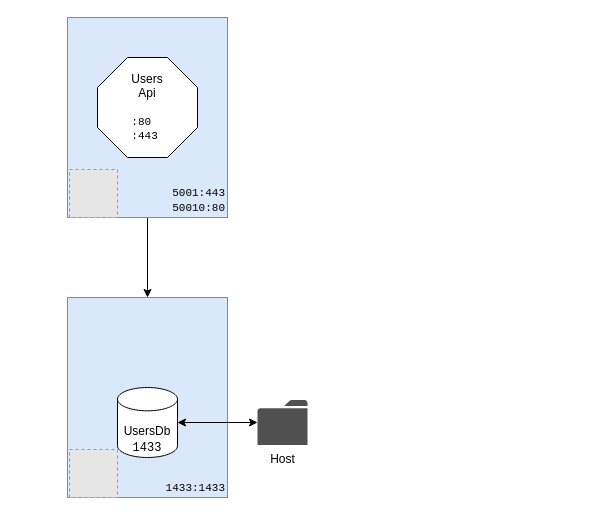
Above: assets/readme/services.drawio in Thijs5/dotnet-microservices (draw.io), before the change. Source tidied: cells renumbered, new cells numbered last; positions are measured from the earlier drawing's top-left corner, leaving out a move shared by most shapes. Both pictures are drawn from the tidied source at 100%, with x=0, y=0 at pixel (67, 17). Pictures stored in the file or linked from it are replaced by grey dashed boxes.
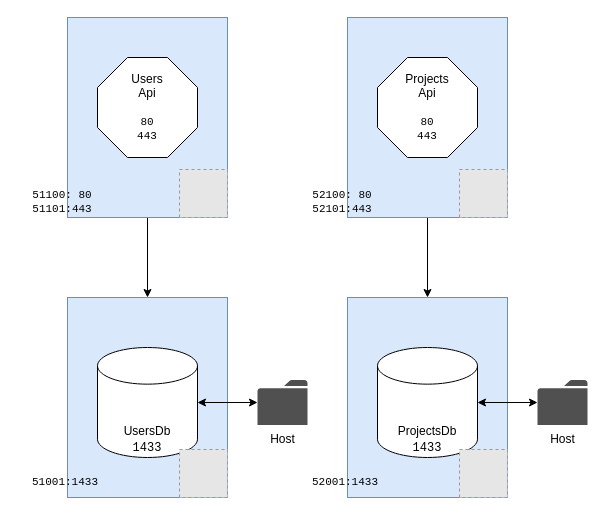
Above is the later version.

Change to the diagram source:
```diff
@@
-    <mxCell id="2" value="&lt;div&gt;&lt;font style=&quot;font-size: 11px&quot; face=&quot;Courier New&quot;&gt;1433:1433&lt;/font&gt;&lt;br&gt;&lt;/div&gt;" style="rounded=0;whiteSpace=wrap;html=1;strokeWidth=1;verticalAlign=bottom;fillColor=#dae8fc;strokeColor=#6c8ebf;align=right;" parent="1" vertex="1">
+    <mxCell id="2" style="rounded=0;whiteSpace=wrap;html=1;strokeWidth=1;verticalAlign=bottom;fillColor=#dae8fc;strokeColor=#6c8ebf;align=right;" parent="1" vertex="1">
       <mxGeometry y="280" width="160" height="200" as="geometry" />
     </mxCell>
@@
-    <mxCell id="4" value="&lt;div&gt;&lt;font style=&quot;font-size: 11px&quot; face=&quot;Courier New&quot;&gt;5001:443&lt;/font&gt;&lt;br&gt;&lt;font style=&quot;font-size: 11px&quot; face=&quot;Courier New&quot;&gt;50010:80&lt;/font&gt;&lt;br&gt;&lt;/div&gt;" style="rounded=0;whiteSpace=wrap;html=1;strokeWidth=1;verticalAlign=bottom;fillColor=#dae8fc;strokeColor=#6c8ebf;align=right;" parent="1" vertex="1">
+    <mxCell id="4" style="rounded=0;whiteSpace=wrap;html=1;strokeWidth=1;verticalAlign=bottom;fillColor=#dae8fc;strokeColor=#6c8ebf;align=right;" parent="1" vertex="1">
       <mxGeometry width="160" height="200" as="geometry" />
     </mxCell>
-    <mxCell id="5" value="Users&lt;br&gt;Api&lt;br&gt;&lt;br&gt;&lt;div style=&quot;font-size: 11px&quot; align=&quot;left&quot;&gt;&lt;font style=&quot;font-size: 11px&quot; face=&quot;Courier New&quot;&gt;:80&lt;/font&gt;&lt;br&gt;&lt;font style=&quot;font-size: 11px&quot; face=&quot;Courier New&quot;&gt;:443&lt;/font&gt;&lt;/div&gt;" style="whiteSpace=wrap;html=1;shape=mxgraph.basic.octagon2;align=center;verticalAlign=middle;dx=15;" parent="1" vertex="1">
+    <mxCell id="5" value="Users&lt;br&gt;Api&lt;br&gt;&lt;br&gt;&lt;div style=&quot;font-size: 11px&quot;&gt;&lt;div align=&quot;center&quot;&gt;&lt;font style=&quot;font-size: 11px&quot; face=&quot;Courier New&quot;&gt;80&lt;/font&gt;&lt;br&gt;&lt;/div&gt;&lt;div align=&quot;center&quot;&gt;&lt;font style=&quot;font-size: 11px&quot; face=&quot;Courier New&quot;&gt;443&lt;/font&gt;&lt;/div&gt;&lt;/div&gt;" style="whiteSpace=wrap;html=1;shape=mxgraph.basic.octagon2;align=center;verticalAlign=middle;dx=15;" parent="1" vertex="1">
       <mxGeometry x="30" y="40" width="100" height="100" as="geometry" />
     </mxCell>
@@
     <mxCell id="7" value="&lt;font style=&quot;font-size: 12px&quot; face=&quot;Courier New&quot;&gt;&lt;font style=&quot;font-size: 12px&quot; face=&quot;Helvetica&quot;&gt;UsersDb&lt;/font&gt;&lt;br&gt;1433&lt;/font&gt;" style="strokeWidth=1;html=1;shape=mxgraph.flowchart.database;whiteSpace=wrap;verticalAlign=bottom;" parent="1" vertex="1">
-      <mxGeometry x="50" y="370" width="60" height="70" as="geometry" />
+      <mxGeometry x="30" y="330" width="100" height="110" as="geometry" />
     </mxCell>
     <mxCell id="8" style="fillColor=#E6E6E6;strokeColor=#999999;dashed=1;html=1;verticalAlign=top;verticalLabelPosition=bottom;labelBackgroundColor=#ffffff;" parent="1" vertex="1">
-      <mxGeometry x="2" y="152" width="48" height="48" as="geometry" />
+      <mxGeometry x="112" y="152" width="48" height="48" as="geometry" />
     </mxCell>
     <mxCell id="9" style="fillColor=#E6E6E6;strokeColor=#999999;dashed=1;html=1;verticalAlign=top;verticalLabelPosition=bottom;labelBackgroundColor=#ffffff;" parent="1" vertex="1">
-      <mxGeometry x="2" y="432" width="48" height="48" as="geometry" />
+      <mxGeometry x="112" y="432" width="48" height="48" as="geometry" />
     </mxCell>
     <mxCell id="10" value="Host" style="shadow=0;dashed=0;html=1;strokeColor=none;fillColor=#505050;labelPosition=center;verticalLabelPosition=bottom;verticalAlign=top;outlineConnect=0;align=center;shape=mxgraph.office.concepts.folder;" parent="1" vertex="1">
-      <mxGeometry x="190" y="382.5" width="50" height="45" as="geometry" />
+      <mxGeometry x="190" y="362.5" width="50" height="45" as="geometry" />
     </mxCell>
+    <mxCell id="11" style="rounded=0;whiteSpace=wrap;html=1;strokeWidth=1;verticalAlign=bottom;fillColor=#dae8fc;strokeColor=#6c8ebf;align=right;" parent="1" vertex="1">
+      <mxGeometry x="280" y="280" width="160" height="200" as="geometry" />
+    </mxCell>
+    <mxCell id="12" style="edgeStyle=orthogonalEdgeStyle;rounded=0;jettySize=auto;html=1;exitX=0.5;exitY=1;exitDx=0;exitDy=0;entryX=0.5;entryY=0;entryDx=0;entryDy=0;startArrow=none;startFill=0;" parent="1" edge="1" source="13" target="11">
+      <mxGeometry relative="1" as="geometry" />
+    </mxCell>
+    <mxCell id="13" style="rounded=0;whiteSpace=wrap;html=1;strokeWidth=1;verticalAlign=bottom;fillColor=#dae8fc;strokeColor=#6c8ebf;align=right;" parent="1" vertex="1">
+      <mxGeometry x="280" width="160" height="200" as="geometry" />
+    </mxCell>
+    <mxCell id="14" value="Projects&lt;br&gt;Api&lt;br&gt;&lt;br&gt;&lt;div style=&quot;font-size: 11px&quot;&gt;&lt;div align=&quot;center&quot;&gt;&lt;font style=&quot;font-size: 11px&quot; face=&quot;Courier New&quot;&gt;80&lt;/font&gt;&lt;br&gt;&lt;/div&gt;&lt;div align=&quot;center&quot;&gt;&lt;font style=&quot;font-size: 11px&quot; face=&quot;Courier New&quot;&gt;443&lt;/font&gt;&lt;/div&gt;&lt;/div&gt;" style="whiteSpace=wrap;html=1;shape=mxgraph.basic.octagon2;align=center;verticalAlign=middle;dx=15;" parent="1" vertex="1">
+      <mxGeometry x="310" y="40" width="100" height="100" as="geometry" />
+    </mxCell>
+    <mxCell id="15" style="edgeStyle=orthogonalEdgeStyle;rounded=0;jettySize=auto;html=1;exitX=1;exitY=0.5;exitDx=0;exitDy=0;exitPerimeter=0;startArrow=classic;startFill=1;" parent="1" edge="1" source="16" target="19">
+      <mxGeometry relative="1" as="geometry" />
+    </mxCell>
+    <mxCell id="16" value="&lt;font style=&quot;font-size: 12px&quot; face=&quot;Courier New&quot;&gt;&lt;font style=&quot;font-size: 12px&quot; face=&quot;Helvetica&quot;&gt;ProjectsDb&lt;/font&gt;&lt;br&gt;1433&lt;/font&gt;" style="strokeWidth=1;html=1;shape=mxgraph.flowchart.database;whiteSpace=wrap;verticalAlign=bottom;" parent="1" vertex="1">
+      <mxGeometry x="310" y="330" width="100" height="110" as="geometry" />
+    </mxCell>
+    <mxCell id="17" style="fillColor=#E6E6E6;strokeColor=#999999;dashed=1;html=1;verticalAlign=top;verticalLabelPosition=bottom;labelBackgroundColor=#ffffff;" parent="1" vertex="1">
+      <mxGeometry x="392" y="152" width="48" height="48" as="geometry" />
+    </mxCell>
+    <mxCell id="18" style="fillColor=#E6E6E6;strokeColor=#999999;dashed=1;html=1;verticalAlign=top;verticalLabelPosition=bottom;labelBackgroundColor=#ffffff;" parent="1" vertex="1">
+      <mxGeometry x="392" y="432" width="48" height="48" as="geometry" />
+    </mxCell>
+    <mxCell id="19" value="Host" style="shadow=0;dashed=0;html=1;strokeColor=none;fillColor=#505050;labelPosition=center;verticalLabelPosition=bottom;verticalAlign=top;outlineConnect=0;align=center;shape=mxgraph.office.concepts.folder;" parent="1" vertex="1">
+      <mxGeometry x="470" y="362.5" width="50" height="45" as="geometry" />
+    </mxCell>
+    <mxCell id="20" value="51100: 80&lt;br style=&quot;font-size: 11px;&quot;&gt;51101:443" style="text;html=1;strokeColor=none;fillColor=none;align=center;verticalAlign=middle;whiteSpace=wrap;rounded=0;labelBackgroundColor=none;fontFamily=Courier New;fontSize=11;" parent="1" vertex="1">
+      <mxGeometry x="-50" y="170" width="90" height="30" as="geometry" />
+    </mxCell>
+    <mxCell id="21" value="52100: 80&lt;br style=&quot;font-size: 11px&quot;&gt;52101:443" style="text;html=1;strokeColor=none;fillColor=none;align=center;verticalAlign=middle;whiteSpace=wrap;rounded=0;labelBackgroundColor=none;fontFamily=Courier New;fontSize=11;" parent="1" vertex="1">
+      <mxGeometry x="230" y="170" width="90" height="30" as="geometry" />
+    </mxCell>
+    <mxCell id="22" value="51001:1433" style="text;html=1;strokeColor=none;fillColor=none;align=center;verticalAlign=middle;whiteSpace=wrap;rounded=0;labelBackgroundColor=none;fontFamily=Courier New;fontSize=11;" parent="1" vertex="1">
+      <mxGeometry x="-42" y="450" width="80" height="30" as="geometry" />
+    </mxCell>
+    <mxCell id="23" value="52001:1433" style="text;html=1;strokeColor=none;fillColor=none;align=center;verticalAlign=middle;whiteSpace=wrap;rounded=0;labelBackgroundColor=none;fontFamily=Courier New;fontSize=11;" parent="1" vertex="1">
+      <mxGeometry x="238" y="450" width="80" height="30" as="geometry" />
+    </mxCell>
```
